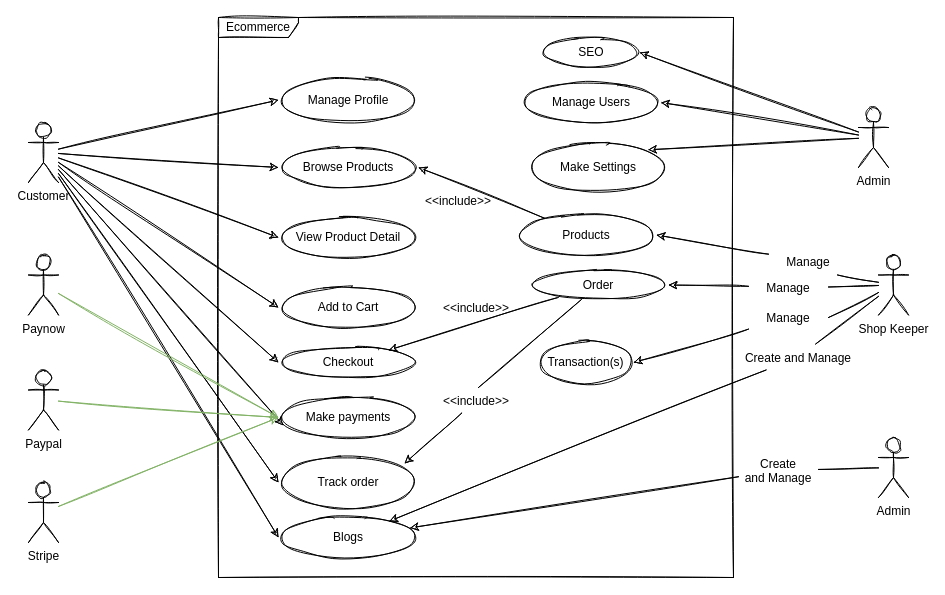
This is designs/ecommerce.drawio from JS-Hub-ZW/E-Commerce-ZW, a draw.io file, before an edit. Source tidied: cells renumbered, new cells numbered last; positions are measured from the earlier drawing's top-left corner, leaving out a move shared by most shapes. Both pictures are drawn from the tidied source at 100%, with x=0, y=0 at pixel (28, 17).
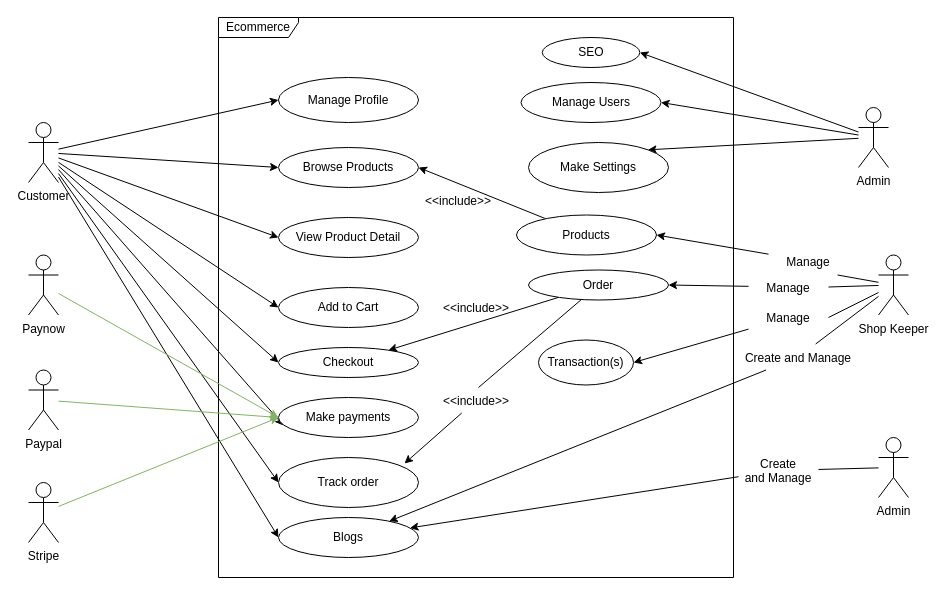
Above is the later version.

The edit, as a diff of the source:
```diff
@@
-    <mxCell id="2" value="Ecommerce" style="shape=umlFrame;whiteSpace=wrap;html=1;width=80;height=20;sketch=1;" parent="1" vertex="1">
+    <mxCell id="2" value="Ecommerce" style="shape=umlFrame;whiteSpace=wrap;html=1;width=80;height=20;sketch=0;" parent="1" vertex="1">
       <mxGeometry x="190" width="515" height="560" as="geometry" />
     </mxCell>
-    <mxCell id="3" style="edgeStyle=none;rounded=0;jettySize=auto;html=1;entryX=0;entryY=0.5;entryDx=0;entryDy=0;sketch=1;" parent="1" edge="1" source="11" target="37">
+    <mxCell id="3" style="edgeStyle=none;rounded=0;jettySize=auto;html=1;entryX=0;entryY=0.5;entryDx=0;entryDy=0;sketch=0;" parent="1" edge="1" source="11" target="37">
       <mxGeometry relative="1" as="geometry" />
     </mxCell>
-    <mxCell id="4" style="edgeStyle=none;rounded=0;jettySize=auto;html=1;entryX=0.036;entryY=0.7;entryDx=0;entryDy=0;entryPerimeter=0;sketch=1;" parent="1" edge="1" source="11" target="20">
+    <mxCell id="4" style="edgeStyle=none;rounded=0;jettySize=auto;html=1;entryX=0.036;entryY=0.7;entryDx=0;entryDy=0;entryPerimeter=0;sketch=0;" parent="1" edge="1" source="11" target="20">
       <mxGeometry relative="1" as="geometry" />
     </mxCell>
-    <mxCell id="5" style="edgeStyle=none;rounded=0;jettySize=auto;html=1;entryX=0;entryY=0.5;entryDx=0;entryDy=0;sketch=1;" parent="1" edge="1" source="11" target="19">
+    <mxCell id="5" style="edgeStyle=none;rounded=0;jettySize=auto;html=1;entryX=0;entryY=0.5;entryDx=0;entryDy=0;sketch=0;" parent="1" edge="1" source="11" target="19">
       <mxGeometry relative="1" as="geometry" />
     </mxCell>
-    <mxCell id="6" style="edgeStyle=none;rounded=0;jettySize=auto;html=1;entryX=0;entryY=0.5;entryDx=0;entryDy=0;sketch=1;" parent="1" edge="1" source="11" target="18">
+    <mxCell id="6" style="edgeStyle=none;rounded=0;jettySize=auto;html=1;entryX=0;entryY=0.5;entryDx=0;entryDy=0;sketch=0;" parent="1" edge="1" source="11" target="18">
       <mxGeometry relative="1" as="geometry" />
     </mxCell>
-    <mxCell id="7" style="edgeStyle=none;rounded=0;jettySize=auto;html=1;entryX=0;entryY=0.5;entryDx=0;entryDy=0;sketch=1;" parent="1" edge="1" source="11" target="17">
+    <mxCell id="7" style="edgeStyle=none;rounded=0;jettySize=auto;html=1;entryX=0;entryY=0.5;entryDx=0;entryDy=0;sketch=0;" parent="1" edge="1" source="11" target="17">
       <mxGeometry relative="1" as="geometry" />
     </mxCell>
-    <mxCell id="8" style="edgeStyle=none;rounded=0;jettySize=auto;html=1;entryX=0;entryY=0.5;entryDx=0;entryDy=0;sketch=1;" parent="1" edge="1" source="11" target="16">
+    <mxCell id="8" style="edgeStyle=none;rounded=0;jettySize=auto;html=1;entryX=0;entryY=0.5;entryDx=0;entryDy=0;sketch=0;" parent="1" edge="1" source="11" target="16">
       <mxGeometry relative="1" as="geometry" />
     </mxCell>
-    <mxCell id="9" style="edgeStyle=none;rounded=0;jettySize=auto;html=1;entryX=0;entryY=0.5;entryDx=0;entryDy=0;sketch=1;" parent="1" edge="1" source="11" target="29">
+    <mxCell id="9" style="edgeStyle=none;rounded=0;jettySize=auto;html=1;entryX=0;entryY=0.5;entryDx=0;entryDy=0;sketch=0;" parent="1" edge="1" source="11" target="29">
       <mxGeometry relative="1" as="geometry" />
     </mxCell>
-    <mxCell id="10" style="edgeStyle=none;rounded=0;sketch=1;jettySize=auto;html=1;entryX=0;entryY=0.5;entryDx=0;entryDy=0;" parent="1" edge="1" source="11" target="38">
+    <mxCell id="10" style="edgeStyle=none;rounded=0;sketch=0;jettySize=auto;html=1;entryX=0;entryY=0.5;entryDx=0;entryDy=0;" parent="1" edge="1" source="11" target="38">
       <mxGeometry relative="1" as="geometry" />
     </mxCell>
-    <mxCell id="11" value="Customer" style="shape=umlActor;verticalLabelPosition=bottom;verticalAlign=top;html=1;sketch=1;" parent="1" vertex="1">
+    <mxCell id="11" value="Customer" style="shape=umlActor;verticalLabelPosition=bottom;verticalAlign=top;html=1;sketch=0;" parent="1" vertex="1">
       <mxGeometry y="105" width="30" height="60" as="geometry" />
     </mxCell>
-    <mxCell id="12" style="edgeStyle=none;rounded=0;jettySize=auto;html=1;entryX=1;entryY=0.5;entryDx=0;entryDy=0;sketch=1;" parent="1" edge="1" source="15" target="21">
+    <mxCell id="12" style="edgeStyle=none;rounded=0;jettySize=auto;html=1;entryX=1;entryY=0.5;entryDx=0;entryDy=0;sketch=0;" parent="1" edge="1" source="15" target="21">
       <mxGeometry relative="1" as="geometry" />
     </mxCell>
-    <mxCell id="13" style="edgeStyle=none;rounded=0;jettySize=auto;html=1;entryX=1;entryY=0.5;entryDx=0;entryDy=0;sketch=1;" parent="1" edge="1" source="15" target="30">
+    <mxCell id="13" style="edgeStyle=none;rounded=0;jettySize=auto;html=1;entryX=1;entryY=0.5;entryDx=0;entryDy=0;sketch=0;" parent="1" edge="1" source="15" target="30">
       <mxGeometry relative="1" as="geometry" />
     </mxCell>
-    <mxCell id="14" style="edgeStyle=none;rounded=0;jettySize=auto;html=1;entryX=1;entryY=0;entryDx=0;entryDy=0;sketch=1;" parent="1" edge="1" source="15" target="28">
+    <mxCell id="14" style="edgeStyle=none;rounded=0;jettySize=auto;html=1;entryX=1;entryY=0;entryDx=0;entryDy=0;sketch=0;" parent="1" edge="1" source="15" target="28">
       <mxGeometry relative="1" as="geometry" />
     </mxCell>
-    <mxCell id="15" value="Admin&lt;br&gt;" style="shape=umlActor;verticalLabelPosition=bottom;verticalAlign=top;html=1;sketch=1;" parent="1" vertex="1">
+    <mxCell id="15" value="Admin&lt;br&gt;" style="shape=umlActor;verticalLabelPosition=bottom;verticalAlign=top;html=1;sketch=0;" parent="1" vertex="1">
       <mxGeometry x="830" y="90" width="30" height="60" as="geometry" />
     </mxCell>
-    <mxCell id="16" value="Browse Products" style="ellipse;whiteSpace=wrap;html=1;sketch=1;" parent="1" vertex="1">
+    <mxCell id="16" value="Browse Products" style="ellipse;whiteSpace=wrap;html=1;sketch=0;" parent="1" vertex="1">
       <mxGeometry x="250" y="130" width="140" height="40" as="geometry" />
     </mxCell>
-    <mxCell id="17" value="View Product Detail" style="ellipse;whiteSpace=wrap;html=1;sketch=1;" parent="1" vertex="1">
+    <mxCell id="17" value="View Product Detail" style="ellipse;whiteSpace=wrap;html=1;sketch=0;" parent="1" vertex="1">
       <mxGeometry x="250" y="200" width="140" height="40" as="geometry" />
     </mxCell>
-    <mxCell id="18" value="Add to Cart&lt;br&gt;" style="ellipse;whiteSpace=wrap;html=1;sketch=1;" parent="1" vertex="1">
+    <mxCell id="18" value="Add to Cart&lt;br&gt;" style="ellipse;whiteSpace=wrap;html=1;sketch=0;" parent="1" vertex="1">
       <mxGeometry x="250" y="270" width="140" height="40" as="geometry" />
     </mxCell>
-    <mxCell id="19" value="Checkout" style="ellipse;whiteSpace=wrap;html=1;sketch=1;" parent="1" vertex="1">
+    <mxCell id="19" value="Checkout" style="ellipse;whiteSpace=wrap;html=1;sketch=0;" parent="1" vertex="1">
       <mxGeometry x="250" y="330" width="140" height="30" as="geometry" />
     </mxCell>
-    <mxCell id="20" value="Make payments" style="ellipse;whiteSpace=wrap;html=1;sketch=1;" parent="1" vertex="1">
+    <mxCell id="20" value="Make payments" style="ellipse;whiteSpace=wrap;html=1;sketch=0;" parent="1" vertex="1">
       <mxGeometry x="250" y="380" width="140" height="40" as="geometry" />
     </mxCell>
-    <mxCell id="21" value="Manage Users" style="ellipse;whiteSpace=wrap;html=1;sketch=1;" parent="1" vertex="1">
+    <mxCell id="21" value="Manage Users" style="ellipse;whiteSpace=wrap;html=1;sketch=0;" parent="1" vertex="1">
       <mxGeometry x="492.5" y="65" width="140" height="40" as="geometry" />
     </mxCell>
-    <mxCell id="22" style="edgeStyle=none;rounded=0;sketch=1;jettySize=auto;html=1;entryX=1;entryY=0.5;entryDx=0;entryDy=0;" parent="1" edge="1" source="23" target="16">
+    <mxCell id="22" style="edgeStyle=none;rounded=0;sketch=0;jettySize=auto;html=1;entryX=1;entryY=0.5;entryDx=0;entryDy=0;" parent="1" edge="1" source="23" target="16">
       <mxGeometry relative="1" as="geometry" />
     </mxCell>
-    <mxCell id="23" value="Products" style="ellipse;whiteSpace=wrap;html=1;sketch=1;" parent="1" vertex="1">
+    <mxCell id="23" value="Products" style="ellipse;whiteSpace=wrap;html=1;sketch=0;" parent="1" vertex="1">
       <mxGeometry x="488" y="197.5" width="140" height="40" as="geometry" />
     </mxCell>
-    <mxCell id="24" style="edgeStyle=none;rounded=0;sketch=1;jettySize=auto;html=1;" parent="1" edge="1" source="26" target="19">
+    <mxCell id="24" style="edgeStyle=none;rounded=0;sketch=0;jettySize=auto;html=1;" parent="1" edge="1" source="26" target="19">
       <mxGeometry relative="1" as="geometry" />
     </mxCell>
-    <mxCell id="25" style="edgeStyle=none;rounded=0;sketch=1;jettySize=auto;html=1;entryX=0.9;entryY=0.12;entryDx=0;entryDy=0;entryPerimeter=0;startArrow=none;" parent="1" edge="1" source="58" target="37">
+    <mxCell id="25" style="edgeStyle=none;rounded=0;sketch=0;jettySize=auto;html=1;entryX=0.9;entryY=0.12;entryDx=0;entryDy=0;entryPerimeter=0;startArrow=none;" parent="1" edge="1" source="58" target="37">
       <mxGeometry relative="1" as="geometry" />
     </mxCell>
-    <mxCell id="26" value="Order" style="ellipse;whiteSpace=wrap;html=1;sketch=1;" parent="1" vertex="1">
+    <mxCell id="26" value="Order" style="ellipse;whiteSpace=wrap;html=1;sketch=0;" parent="1" vertex="1">
       <mxGeometry x="500" y="252.5" width="140" height="30" as="geometry" />
     </mxCell>
-    <mxCell id="27" value="Transaction(s)" style="ellipse;whiteSpace=wrap;html=1;sketch=1;" parent="1" vertex="1">
+    <mxCell id="27" value="Transaction(s)" style="ellipse;whiteSpace=wrap;html=1;sketch=0;" parent="1" vertex="1">
       <mxGeometry x="510" y="322.5" width="95" height="45" as="geometry" />
     </mxCell>
-    <mxCell id="28" value="Make Settings" style="ellipse;whiteSpace=wrap;html=1;sketch=1;" parent="1" vertex="1">
+    <mxCell id="28" value="Make Settings" style="ellipse;whiteSpace=wrap;html=1;sketch=0;" parent="1" vertex="1">
       <mxGeometry x="500" y="125" width="140" height="50" as="geometry" />
     </mxCell>
-    <mxCell id="29" value="Manage Profile" style="ellipse;whiteSpace=wrap;html=1;sketch=1;" parent="1" vertex="1">
+    <mxCell id="29" value="Manage Profile" style="ellipse;whiteSpace=wrap;html=1;sketch=0;" parent="1" vertex="1">
       <mxGeometry x="250" y="60" width="140" height="45" as="geometry" />
     </mxCell>
-    <mxCell id="30" value="SEO" style="ellipse;whiteSpace=wrap;html=1;sketch=1;" parent="1" vertex="1">
+    <mxCell id="30" value="SEO" style="ellipse;whiteSpace=wrap;html=1;sketch=0;" parent="1" vertex="1">
       <mxGeometry x="513.8" y="20" width="97.5" height="30" as="geometry" />
     </mxCell>
-    <mxCell id="31" style="edgeStyle=none;rounded=0;jettySize=auto;html=1;entryX=0;entryY=0.5;entryDx=0;entryDy=0;fillColor=#d5e8d4;strokeColor=#82b366;sketch=1;" parent="1" edge="1" source="32" target="20">
+    <mxCell id="31" style="edgeStyle=none;rounded=0;jettySize=auto;html=1;entryX=0;entryY=0.5;entryDx=0;entryDy=0;fillColor=#d5e8d4;strokeColor=#82b366;sketch=0;" parent="1" edge="1" source="32" target="20">
       <mxGeometry relative="1" as="geometry" />
     </mxCell>
-    <mxCell id="32" value="Paynow" style="shape=umlActor;verticalLabelPosition=bottom;verticalAlign=top;html=1;sketch=1;" parent="1" vertex="1">
+    <mxCell id="32" value="Paynow" style="shape=umlActor;verticalLabelPosition=bottom;verticalAlign=top;html=1;sketch=0;" parent="1" vertex="1">
       <mxGeometry y="237.5" width="30" height="60" as="geometry" />
     </mxCell>
-    <mxCell id="33" style="edgeStyle=none;rounded=0;jettySize=auto;html=1;entryX=0;entryY=0.5;entryDx=0;entryDy=0;fillColor=#d5e8d4;strokeColor=#82b366;sketch=1;" parent="1" edge="1" source="34" target="20">
+    <mxCell id="33" style="edgeStyle=none;rounded=0;jettySize=auto;html=1;entryX=0;entryY=0.5;entryDx=0;entryDy=0;fillColor=#d5e8d4;strokeColor=#82b366;sketch=0;" parent="1" edge="1" source="34" target="20">
       <mxGeometry relative="1" as="geometry" />
     </mxCell>
-    <mxCell id="34" value="Paypal" style="shape=umlActor;verticalLabelPosition=bottom;verticalAlign=top;html=1;sketch=1;" parent="1" vertex="1">
+    <mxCell id="34" value="Paypal" style="shape=umlActor;verticalLabelPosition=bottom;verticalAlign=top;html=1;sketch=0;" parent="1" vertex="1">
       <mxGeometry y="352.5" width="30" height="60" as="geometry" />
     </mxCell>
-    <mxCell id="35" style="edgeStyle=none;rounded=0;jettySize=auto;html=1;entryX=0;entryY=0.5;entryDx=0;entryDy=0;fillColor=#d5e8d4;strokeColor=#82b366;sketch=1;" parent="1" edge="1" source="36" target="20">
+    <mxCell id="35" style="edgeStyle=none;rounded=0;jettySize=auto;html=1;entryX=0;entryY=0.5;entryDx=0;entryDy=0;fillColor=#d5e8d4;strokeColor=#82b366;sketch=0;" parent="1" edge="1" source="36" target="20">
       <mxGeometry relative="1" as="geometry" />
     </mxCell>
-    <mxCell id="36" value="Stripe" style="shape=umlActor;verticalLabelPosition=bottom;verticalAlign=top;html=1;sketch=1;" parent="1" vertex="1">
+    <mxCell id="36" value="Stripe" style="shape=umlActor;verticalLabelPosition=bottom;verticalAlign=top;html=1;sketch=0;" parent="1" vertex="1">
       <mxGeometry y="465" width="30" height="60" as="geometry" />
     </mxCell>
-    <mxCell id="37" value="Track order" style="ellipse;whiteSpace=wrap;html=1;sketch=1;" parent="1" vertex="1">
+    <mxCell id="37" value="Track order" style="ellipse;whiteSpace=wrap;html=1;sketch=0;" parent="1" vertex="1">
       <mxGeometry x="250" y="440" width="140" height="50" as="geometry" />
     </mxCell>
-    <mxCell id="38" value="Blogs" style="ellipse;whiteSpace=wrap;html=1;sketch=1;" parent="1" vertex="1">
+    <mxCell id="38" value="Blogs" style="ellipse;whiteSpace=wrap;html=1;sketch=0;" parent="1" vertex="1">
       <mxGeometry x="250" y="500" width="140" height="40" as="geometry" />
     </mxCell>
-    <mxCell id="39" style="edgeStyle=none;rounded=0;jettySize=auto;html=1;entryX=1;entryY=0.5;entryDx=0;entryDy=0;sketch=1;startArrow=none;" parent="1" edge="1" source="55" target="23">
+    <mxCell id="39" style="edgeStyle=none;rounded=0;jettySize=auto;html=1;entryX=1;entryY=0.5;entryDx=0;entryDy=0;sketch=0;startArrow=none;" parent="1" edge="1" source="55" target="23">
       <mxGeometry relative="1" as="geometry" />
     </mxCell>
-    <mxCell id="40" style="edgeStyle=none;rounded=0;jettySize=auto;html=1;entryX=1;entryY=0.5;entryDx=0;entryDy=0;startArrow=none;sketch=1;" parent="1" edge="1" source="44" target="26">
+    <mxCell id="40" style="edgeStyle=none;rounded=0;jettySize=auto;html=1;entryX=1;entryY=0.5;entryDx=0;entryDy=0;startArrow=none;sketch=0;" parent="1" edge="1" source="44" target="26">
       <mxGeometry relative="1" as="geometry" />
     </mxCell>
-    <mxCell id="41" style="edgeStyle=none;rounded=0;jettySize=auto;html=1;entryX=1;entryY=0.5;entryDx=0;entryDy=0;sketch=1;startArrow=none;" parent="1" edge="1" source="48" target="27">
+    <mxCell id="41" style="edgeStyle=none;rounded=0;jettySize=auto;html=1;entryX=1;entryY=0.5;entryDx=0;entryDy=0;sketch=0;startArrow=none;" parent="1" edge="1" source="48" target="27">
       <mxGeometry relative="1" as="geometry" />
     </mxCell>
-    <mxCell id="42" style="edgeStyle=none;rounded=0;jettySize=auto;html=1;sketch=1;startArrow=none;" parent="1" edge="1" source="50" target="38">
+    <mxCell id="42" style="edgeStyle=none;rounded=0;jettySize=auto;html=1;sketch=0;startArrow=none;" parent="1" edge="1" source="50" target="38">
       <mxGeometry relative="1" as="geometry" />
     </mxCell>
-    <mxCell id="43" value="Shop Keeper" style="shape=umlActor;verticalLabelPosition=bottom;verticalAlign=top;html=1;sketch=1;" parent="1" vertex="1">
+    <mxCell id="43" value="Shop Keeper" style="shape=umlActor;verticalLabelPosition=bottom;verticalAlign=top;html=1;sketch=0;" parent="1" vertex="1">
       <mxGeometry x="850" y="237.5" width="30" height="60" as="geometry" />
     </mxCell>
-    <mxCell id="44" value="Manage" style="text;align=center;fontStyle=0;verticalAlign=middle;spacingLeft=3;spacingRight=3;points=[[0,0.5],[1,0.5]];portConstraint=eastwest;sketch=1;" parent="1" vertex="1">
+    <mxCell id="44" value="Manage" style="text;align=center;fontStyle=0;verticalAlign=middle;spacingLeft=3;spacingRight=3;points=[[0,0.5],[1,0.5]];portConstraint=eastwest;sketch=0;" parent="1" vertex="1">
       <mxGeometry x="720" y="256.5" width="80" height="26" as="geometry" />
     </mxCell>
-    <mxCell id="45" style="edgeStyle=none;rounded=0;jettySize=auto;html=1;entryX=1;entryY=0.5;entryDx=0;entryDy=0;endArrow=none;sketch=1;" parent="1" edge="1" source="43" target="44">
+    <mxCell id="45" style="edgeStyle=none;rounded=0;jettySize=auto;html=1;entryX=1;entryY=0.5;entryDx=0;entryDy=0;endArrow=none;sketch=0;" parent="1" edge="1" source="43" target="44">
       <mxGeometry relative="1" as="geometry" />
     </mxCell>
-    <mxCell id="46" style="edgeStyle=none;rounded=0;jettySize=auto;html=1;sketch=1;startArrow=none;" parent="1" edge="1" source="52" target="38">
+    <mxCell id="46" style="edgeStyle=none;rounded=0;jettySize=auto;html=1;sketch=0;startArrow=none;" parent="1" edge="1" source="52" target="38">
       <mxGeometry relative="1" as="geometry" />
     </mxCell>
-    <mxCell id="47" value="Admin" style="shape=umlActor;verticalLabelPosition=bottom;verticalAlign=top;html=1;sketch=1;" parent="1" vertex="1">
+    <mxCell id="47" value="Admin" style="shape=umlActor;verticalLabelPosition=bottom;verticalAlign=top;html=1;sketch=0;" parent="1" vertex="1">
       <mxGeometry x="850" y="420" width="30" height="60" as="geometry" />
     </mxCell>
-    <mxCell id="48" value="Manage" style="text;align=center;fontStyle=0;verticalAlign=middle;spacingLeft=3;spacingRight=3;strokeColor=none;points=[[0,0.5],[1,0.5]];portConstraint=eastwest;" parent="1" vertex="1">
+    <mxCell id="48" value="Manage" style="text;align=center;fontStyle=0;verticalAlign=middle;spacingLeft=3;spacingRight=3;strokeColor=none;points=[[0,0.5],[1,0.5]];portConstraint=eastwest;sketch=0;" parent="1" vertex="1">
       <mxGeometry x="720" y="287" width="80" height="26" as="geometry" />
     </mxCell>
-    <mxCell id="49" style="edgeStyle=none;rounded=0;jettySize=auto;html=1;entryX=1;entryY=0.5;entryDx=0;entryDy=0;sketch=1;endArrow=none;" parent="1" edge="1" source="43" target="48">
+    <mxCell id="49" style="edgeStyle=none;rounded=0;jettySize=auto;html=1;entryX=1;entryY=0.5;entryDx=0;entryDy=0;sketch=0;endArrow=none;" parent="1" edge="1" source="43" target="48">
       <mxGeometry relative="1" as="geometry" />
     </mxCell>
-    <mxCell id="50" value="Create and Manage" style="text;align=center;fontStyle=0;verticalAlign=middle;spacingLeft=3;spacingRight=3;strokeColor=none;points=[[0,0.5],[1,0.5]];portConstraint=eastwest;" parent="1" vertex="1">
+    <mxCell id="50" value="Create and Manage" style="text;align=center;fontStyle=0;verticalAlign=middle;spacingLeft=3;spacingRight=3;strokeColor=none;points=[[0,0.5],[1,0.5]];portConstraint=eastwest;sketch=0;" parent="1" vertex="1">
       <mxGeometry x="730" y="326.5" width="80" height="26" as="geometry" />
     </mxCell>
-    <mxCell id="51" style="edgeStyle=none;rounded=0;jettySize=auto;html=1;sketch=1;endArrow=none;" parent="1" edge="1" source="43" target="50">
+    <mxCell id="51" style="edgeStyle=none;rounded=0;jettySize=auto;html=1;sketch=0;endArrow=none;" parent="1" edge="1" source="43" target="50">
       <mxGeometry relative="1" as="geometry" />
     </mxCell>
-    <mxCell id="52" value="Create&#10;and Manage" style="text;align=center;fontStyle=0;verticalAlign=middle;spacingLeft=3;spacingRight=3;strokeColor=none;points=[[0,0.5],[1,0.5]];portConstraint=eastwest;" parent="1" vertex="1">
+    <mxCell id="52" value="Create&#10;and Manage" style="text;align=center;fontStyle=0;verticalAlign=middle;spacingLeft=3;spacingRight=3;strokeColor=none;points=[[0,0.5],[1,0.5]];portConstraint=eastwest;sketch=0;" parent="1" vertex="1">
       <mxGeometry x="710" y="440" width="80" height="26" as="geometry" />
     </mxCell>
-    <mxCell id="53" style="edgeStyle=none;rounded=0;jettySize=auto;html=1;sketch=1;endArrow=none;" parent="1" edge="1" source="47" target="52">
+    <mxCell id="53" style="edgeStyle=none;rounded=0;jettySize=auto;html=1;sketch=0;endArrow=none;" parent="1" edge="1" source="47" target="52">
       <mxGeometry relative="1" as="geometry" />
     </mxCell>
-    <mxCell id="54" value="&lt;&lt;include&gt;&gt;" style="text;align=center;fontStyle=0;verticalAlign=middle;spacingLeft=3;spacingRight=3;strokeColor=none;sketch=1;" parent="1" vertex="1">
+    <mxCell id="54" value="&lt;&lt;include&gt;&gt;" style="text;align=center;fontStyle=0;verticalAlign=middle;spacingLeft=3;spacingRight=3;strokeColor=none;sketch=0;" parent="1" vertex="1">
       <mxGeometry x="390" y="170" width="80" height="26" as="geometry" />
     </mxCell>
-    <mxCell id="55" value="Manage" style="text;align=center;fontStyle=0;verticalAlign=middle;spacingLeft=3;spacingRight=3;strokeColor=none;points=[[0,0.5],[1,0.5]];portConstraint=eastwest;sketch=1;" parent="1" vertex="1">
+    <mxCell id="55" value="Manage" style="text;align=center;fontStyle=0;verticalAlign=middle;spacingLeft=3;spacingRight=3;strokeColor=none;points=[[0,0.5],[1,0.5]];portConstraint=eastwest;sketch=0;" parent="1" vertex="1">
       <mxGeometry x="740" y="230.5" width="80" height="26" as="geometry" />
     </mxCell>
-    <mxCell id="56" style="edgeStyle=none;rounded=0;jettySize=auto;html=1;entryX=0.863;entryY=1.038;entryDx=0;entryDy=0;sketch=1;endArrow=none;entryPerimeter=0;" parent="1" edge="1" source="43" target="55">
+    <mxCell id="56" style="edgeStyle=none;rounded=0;jettySize=auto;html=1;entryX=0.863;entryY=1.038;entryDx=0;entryDy=0;sketch=0;endArrow=none;entryPerimeter=0;" parent="1" edge="1" source="43" target="55">
       <mxGeometry relative="1" as="geometry" />
     </mxCell>
-    <mxCell id="57" value="&lt;&lt;include&gt;&gt;" style="text;align=center;fontStyle=0;verticalAlign=middle;spacingLeft=3;spacingRight=3;strokeColor=none;sketch=1;" parent="1" vertex="1">
+    <mxCell id="57" value="&lt;&lt;include&gt;&gt;" style="text;align=center;fontStyle=0;verticalAlign=middle;spacingLeft=3;spacingRight=3;strokeColor=none;sketch=0;" parent="1" vertex="1">
       <mxGeometry x="408" y="277" width="80" height="26" as="geometry" />
     </mxCell>
-    <mxCell id="58" value="&lt;&lt;include&gt;&gt;" style="text;align=center;fontStyle=0;verticalAlign=middle;spacingLeft=3;spacingRight=3;strokeColor=none;points=[[0,0.5],[1,0.5]];portConstraint=eastwest;sketch=1;" parent="1" vertex="1">
+    <mxCell id="58" value="&lt;&lt;include&gt;&gt;" style="text;align=center;fontStyle=0;verticalAlign=middle;spacingLeft=3;spacingRight=3;strokeColor=none;points=[[0,0.5],[1,0.5]];portConstraint=eastwest;sketch=0;" parent="1" vertex="1">
       <mxGeometry x="408" y="369.5" width="80" height="26" as="geometry" />
     </mxCell>
-    <mxCell id="59" style="edgeStyle=none;rounded=0;sketch=1;jettySize=auto;html=1;entryX=0.525;entryY=0.019;entryDx=0;entryDy=0;entryPerimeter=0;endArrow=none;" parent="1" edge="1" source="26" target="58">
+    <mxCell id="59" style="edgeStyle=none;rounded=0;sketch=0;jettySize=auto;html=1;entryX=0.525;entryY=0.019;entryDx=0;entryDy=0;entryPerimeter=0;endArrow=none;" parent="1" edge="1" source="26" target="58">
       <mxGeometry relative="1" as="geometry" />
     </mxCell>
```
